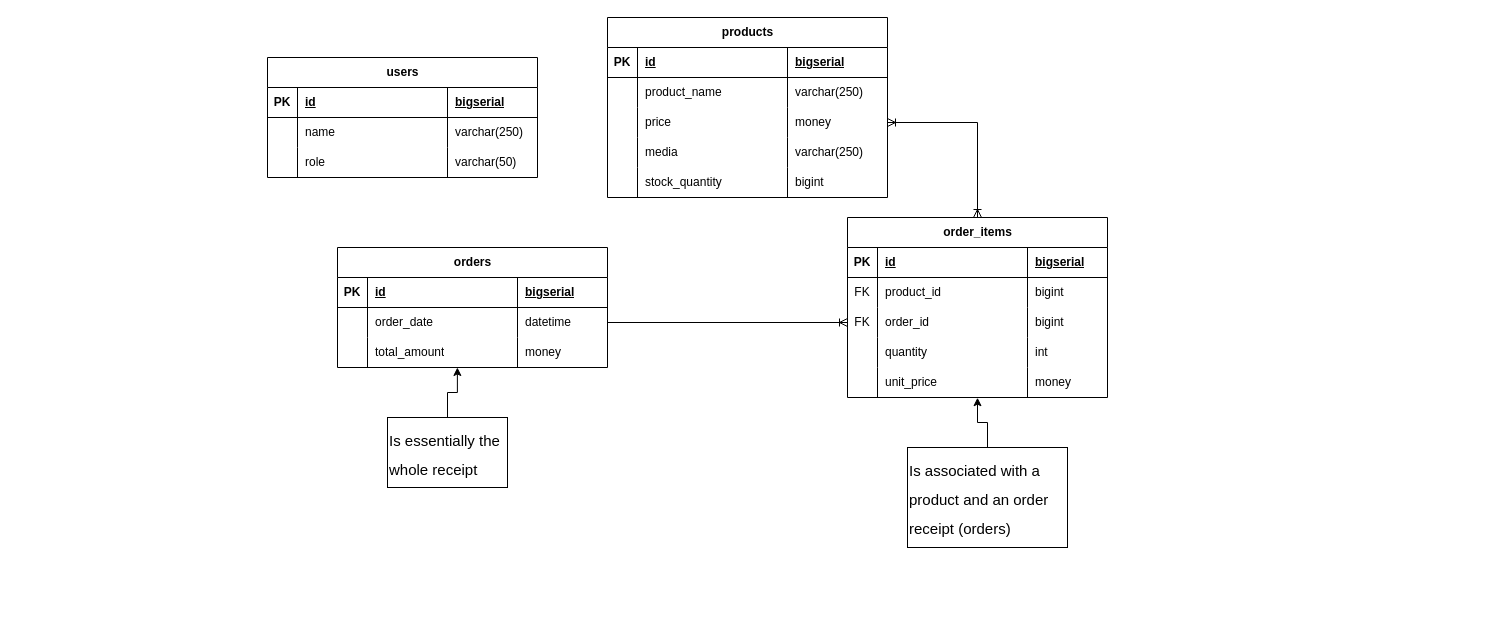
Earlier version of the draw.io diagram docs/diagrams/Entity-Relationship-Diagram.drawio (Scrappyz/Sari-Sari). Source tidied: cells renumbered, new cells numbered last; positions are measured from the earlier drawing's top-left corner, leaving out a move shared by most shapes. Both pictures are drawn from the tidied source at 100%, with x=0, y=0 at pixel (267, 17).
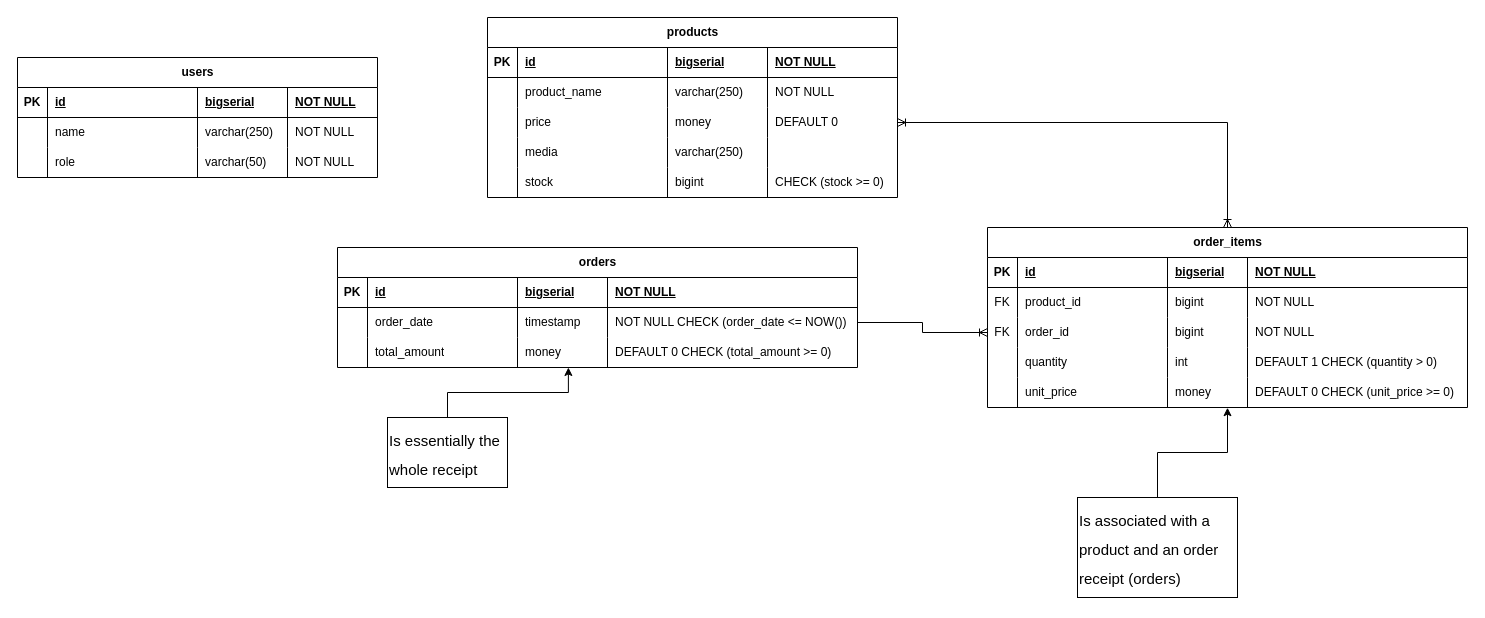
Above is the later version.

The edit, as a diff of the source:
```diff
@@
     <mxCell id="3" value="products" style="shape=table;startSize=30;childLayout=tableLayout;rowLines=0;fontStyle=1;align=center;html=1;" parent="1" vertex="1">
-      <mxGeometry x="340" width="280" height="180" as="geometry" />
+      <mxGeometry x="220" width="410" height="180" as="geometry" />
     </mxCell>
     <mxCell id="4" style="shape=tableRow;horizontal=0;startSize=0;swimlaneHead=0;swimlaneBody=0;fillColor=none;top=0;left=0;right=0;bottom=1;" parent="3" vertex="1">
-      <mxGeometry y="30" width="280" height="30" as="geometry" />
+      <mxGeometry y="30" width="410" height="30" as="geometry" />
     </mxCell>
@@
+    <mxCell id="76" value="NOT NULL" style="shape=partialRectangle;fillColor=none;top=0;left=0;bottom=0;right=0;align=left;spacingLeft=6;fontStyle=5;overflow=hidden;whiteSpace=wrap;html=1;" parent="4" vertex="1">
+      <mxGeometry x="280" width="130" height="30" as="geometry" />
+    </mxCell>
     <mxCell id="8" style="shape=tableRow;horizontal=0;startSize=0;swimlaneHead=0;swimlaneBody=0;fillColor=none;top=0;left=0;right=0;bottom=0;" parent="3" vertex="1">
-      <mxGeometry y="60" width="280" height="30" as="geometry" />
+      <mxGeometry y="60" width="410" height="30" as="geometry" />
     </mxCell>
@@
+    <mxCell id="77" value="NOT NULL" style="shape=partialRectangle;fillColor=none;top=0;left=0;bottom=0;right=0;align=left;spacingLeft=6;overflow=hidden;whiteSpace=wrap;html=1;" parent="8" vertex="1">
+      <mxGeometry x="280" width="130" height="30" as="geometry" />
+    </mxCell>
     <mxCell id="12" style="shape=tableRow;horizontal=0;startSize=0;swimlaneHead=0;swimlaneBody=0;fillColor=none;points=[[0,0.5],[1,0.5]];portConstraint=eastwest;top=0;left=0;right=0;bottom=0;" parent="3" vertex="1">
-      <mxGeometry y="90" width="280" height="30" as="geometry" />
+      <mxGeometry y="90" width="410" height="30" as="geometry" />
     </mxCell>
@@
+    <mxCell id="78" value="DEFAULT 0" style="shape=partialRectangle;fillColor=none;top=0;left=0;bottom=0;right=0;align=left;spacingLeft=6;overflow=hidden;whiteSpace=wrap;html=1;" parent="12" vertex="1">
+      <mxGeometry x="280" width="130" height="30" as="geometry" />
+    </mxCell>
     <mxCell id="16" style="shape=tableRow;horizontal=0;startSize=0;swimlaneHead=0;swimlaneBody=0;fillColor=none;top=0;left=0;right=0;bottom=0;" parent="3" vertex="1">
-      <mxGeometry y="120" width="280" height="30" as="geometry" />
+      <mxGeometry y="120" width="410" height="30" as="geometry" />
     </mxCell>
@@
+    <mxCell id="79" style="shape=partialRectangle;fillColor=none;top=0;left=0;bottom=0;right=0;align=left;spacingLeft=6;overflow=hidden;whiteSpace=wrap;html=1;" parent="16" vertex="1">
+      <mxGeometry x="280" width="130" height="30" as="geometry" />
+    </mxCell>
     <mxCell id="20" style="shape=tableRow;horizontal=0;startSize=0;swimlaneHead=0;swimlaneBody=0;fillColor=none;top=0;left=0;right=0;bottom=0;" parent="3" vertex="1">
-      <mxGeometry y="150" width="280" height="30" as="geometry" />
+      <mxGeometry y="150" width="410" height="30" as="geometry" />
     </mxCell>
@@
-    <mxCell id="22" value="stock_quantity" style="shape=partialRectangle;fillColor=none;top=0;left=0;bottom=0;right=0;align=left;spacingLeft=6;overflow=hidden;whiteSpace=wrap;html=1;" parent="20" vertex="1">
+    <mxCell id="22" value="stock" style="shape=partialRectangle;fillColor=none;top=0;left=0;bottom=0;right=0;align=left;spacingLeft=6;overflow=hidden;whiteSpace=wrap;html=1;" parent="20" vertex="1">
       <mxGeometry x="30" width="150" height="30" as="geometry" />
     </mxCell>
@@
+    <mxCell id="80" value="CHECK (stock &amp;gt;= 0)" style="shape=partialRectangle;fillColor=none;top=0;left=0;bottom=0;right=0;align=left;spacingLeft=6;overflow=hidden;whiteSpace=wrap;html=1;" parent="20" vertex="1">
+      <mxGeometry x="280" width="130" height="30" as="geometry" />
+    </mxCell>
     <mxCell id="24" value="orders" style="shape=table;startSize=30;childLayout=tableLayout;rowLines=0;fontStyle=1;align=center;html=1;" parent="1" vertex="1">
-      <mxGeometry x="70" y="230" width="270" height="120" as="geometry" />
+      <mxGeometry x="70" y="230" width="520" height="120" as="geometry" />
     </mxCell>
     <mxCell id="25" style="shape=tableRow;horizontal=0;startSize=0;swimlaneHead=0;swimlaneBody=0;fillColor=none;top=0;left=0;right=0;bottom=1;" parent="24" vertex="1">
-      <mxGeometry y="30" width="270" height="30" as="geometry" />
+      <mxGeometry y="30" width="520" height="30" as="geometry" />
     </mxCell>
@@
+    <mxCell id="81" value="NOT NULL" style="shape=partialRectangle;fillColor=none;top=0;left=0;bottom=0;right=0;align=left;spacingLeft=6;fontStyle=5;overflow=hidden;whiteSpace=wrap;html=1;" parent="25" vertex="1">
+      <mxGeometry x="270" width="250" height="30" as="geometry" />
+    </mxCell>
     <mxCell id="29" style="shape=tableRow;horizontal=0;startSize=0;swimlaneHead=0;swimlaneBody=0;fillColor=none;points=[[0,0.5],[1,0.5]];portConstraint=eastwest;top=0;left=0;right=0;bottom=0;" parent="24" vertex="1">
-      <mxGeometry y="60" width="270" height="30" as="geometry" />
+      <mxGeometry y="60" width="520" height="30" as="geometry" />
     </mxCell>
@@
-    <mxCell id="32" value="datetime" style="shape=partialRectangle;fillColor=none;top=0;left=0;bottom=0;right=0;align=left;spacingLeft=6;overflow=hidden;whiteSpace=wrap;html=1;" parent="29" vertex="1">
+    <mxCell id="32" value="timestamp" style="shape=partialRectangle;fillColor=none;top=0;left=0;bottom=0;right=0;align=left;spacingLeft=6;overflow=hidden;whiteSpace=wrap;html=1;" parent="29" vertex="1">
       <mxGeometry x="180" width="90" height="30" as="geometry" />
     </mxCell>
+    <mxCell id="82" value="NOT NULL CHECK (order_date &amp;lt;= NOW())" style="shape=partialRectangle;fillColor=none;top=0;left=0;bottom=0;right=0;align=left;spacingLeft=6;overflow=hidden;whiteSpace=wrap;html=1;" parent="29" vertex="1">
+      <mxGeometry x="270" width="250" height="30" as="geometry" />
+    </mxCell>
     <mxCell id="33" style="shape=tableRow;horizontal=0;startSize=0;swimlaneHead=0;swimlaneBody=0;fillColor=none;points=[[0,0.5],[1,0.5]];portConstraint=eastwest;top=0;left=0;right=0;bottom=0;" parent="24" vertex="1">
-      <mxGeometry y="90" width="270" height="30" as="geometry" />
+      <mxGeometry y="90" width="520" height="30" as="geometry" />
     </mxCell>
@@
+    <mxCell id="83" value="DEFAULT 0 CHECK (total_amount &amp;gt;= 0)" style="shape=partialRectangle;fillColor=none;top=0;left=0;bottom=0;right=0;align=left;spacingLeft=6;overflow=hidden;whiteSpace=wrap;html=1;" parent="33" vertex="1">
+      <mxGeometry x="270" width="250" height="30" as="geometry" />
+    </mxCell>
     <mxCell id="37" value="order_items" style="shape=table;startSize=30;childLayout=tableLayout;rowLines=0;fontStyle=1;align=center;html=1;" parent="1" vertex="1">
-      <mxGeometry x="580" y="200" width="260" height="180" as="geometry" />
+      <mxGeometry x="720" y="210" width="480" height="180" as="geometry" />
     </mxCell>
     <mxCell id="38" style="shape=tableRow;horizontal=0;startSize=0;swimlaneHead=0;swimlaneBody=0;fillColor=none;top=0;left=0;right=0;bottom=1;" parent="37" vertex="1">
-      <mxGeometry y="30" width="260" height="30" as="geometry" />
+      <mxGeometry y="30" width="480" height="30" as="geometry" />
     </mxCell>
@@
+    <mxCell id="84" value="NOT NULL" style="shape=partialRectangle;fillColor=none;top=0;left=0;bottom=0;right=0;align=left;spacingLeft=6;fontStyle=5;overflow=hidden;whiteSpace=wrap;html=1;" parent="38" vertex="1">
+      <mxGeometry x="260" width="220" height="30" as="geometry" />
+    </mxCell>
     <mxCell id="42" style="shape=tableRow;horizontal=0;startSize=0;swimlaneHead=0;swimlaneBody=0;fillColor=none;top=0;left=0;right=0;bottom=0;" parent="37" vertex="1">
-      <mxGeometry y="60" width="260" height="30" as="geometry" />
+      <mxGeometry y="60" width="480" height="30" as="geometry" />
     </mxCell>
@@
+    <mxCell id="85" value="NOT NULL" style="shape=partialRectangle;fillColor=none;top=0;left=0;bottom=0;right=0;align=left;spacingLeft=6;overflow=hidden;whiteSpace=wrap;html=1;" parent="42" vertex="1">
+      <mxGeometry x="260" width="220" height="30" as="geometry" />
+    </mxCell>
     <mxCell id="46" style="shape=tableRow;horizontal=0;startSize=0;swimlaneHead=0;swimlaneBody=0;fillColor=none;points=[[0,0.5],[1,0.5]];portConstraint=eastwest;top=0;left=0;right=0;bottom=0;" parent="37" vertex="1">
-      <mxGeometry y="90" width="260" height="30" as="geometry" />
+      <mxGeometry y="90" width="480" height="30" as="geometry" />
     </mxCell>
@@
+    <mxCell id="86" value="NOT NULL" style="shape=partialRectangle;fillColor=none;top=0;left=0;bottom=0;right=0;align=left;spacingLeft=6;overflow=hidden;whiteSpace=wrap;html=1;" parent="46" vertex="1">
+      <mxGeometry x="260" width="220" height="30" as="geometry" />
+    </mxCell>
     <mxCell id="50" style="shape=tableRow;horizontal=0;startSize=0;swimlaneHead=0;swimlaneBody=0;fillColor=none;top=0;left=0;right=0;bottom=0;" parent="37" vertex="1">
-      <mxGeometry y="120" width="260" height="30" as="geometry" />
+      <mxGeometry y="120" width="480" height="30" as="geometry" />
     </mxCell>
@@
+    <mxCell id="87" value="DEFAULT 1 CHECK (quantity &amp;gt; 0)" style="shape=partialRectangle;fillColor=none;top=0;left=0;bottom=0;right=0;align=left;spacingLeft=6;overflow=hidden;whiteSpace=wrap;html=1;" parent="50" vertex="1">
+      <mxGeometry x="260" width="220" height="30" as="geometry" />
+    </mxCell>
     <mxCell id="54" style="shape=tableRow;horizontal=0;startSize=0;swimlaneHead=0;swimlaneBody=0;fillColor=none;points=[[0,0.5],[1,0.5]];portConstraint=eastwest;top=0;left=0;right=0;bottom=0;" parent="37" vertex="1">
-      <mxGeometry y="150" width="260" height="30" as="geometry" />
+      <mxGeometry y="150" width="480" height="30" as="geometry" />
     </mxCell>
@@
+    <mxCell id="88" value="DEFAULT 0 CHECK (unit_price &amp;gt;= 0)" style="shape=partialRectangle;fillColor=none;top=0;left=0;bottom=0;right=0;align=left;spacingLeft=6;overflow=hidden;whiteSpace=wrap;html=1;" parent="54" vertex="1">
+      <mxGeometry x="260" width="220" height="30" as="geometry" />
+    </mxCell>
     <mxCell id="58" value="users" style="shape=table;startSize=30;childLayout=tableLayout;rowLines=0;fontStyle=1;align=center;html=1;" parent="1" vertex="1">
-      <mxGeometry y="40" width="270" height="120" as="geometry" />
+      <mxGeometry x="-250" y="40" width="360" height="120" as="geometry" />
     </mxCell>
     <mxCell id="59" style="shape=tableRow;horizontal=0;startSize=0;swimlaneHead=0;swimlaneBody=0;fillColor=none;top=0;left=0;right=0;bottom=1;" parent="58" vertex="1">
-      <mxGeometry y="30" width="270" height="30" as="geometry" />
+      <mxGeometry y="30" width="360" height="30" as="geometry" />
     </mxCell>
@@
+    <mxCell id="89" value="NOT NULL" style="shape=partialRectangle;fillColor=none;top=0;left=0;bottom=0;right=0;align=left;spacingLeft=6;fontStyle=5;overflow=hidden;whiteSpace=wrap;html=1;" parent="59" vertex="1">
+      <mxGeometry x="270" width="90" height="30" as="geometry" />
+    </mxCell>
     <mxCell id="63" style="shape=tableRow;horizontal=0;startSize=0;swimlaneHead=0;swimlaneBody=0;fillColor=none;top=0;left=0;right=0;bottom=0;" parent="58" vertex="1">
-      <mxGeometry y="60" width="270" height="30" as="geometry" />
+      <mxGeometry y="60" width="360" height="30" as="geometry" />
     </mxCell>
@@
+    <mxCell id="90" value="NOT NULL" style="shape=partialRectangle;fillColor=none;top=0;left=0;bottom=0;right=0;align=left;spacingLeft=6;overflow=hidden;whiteSpace=wrap;html=1;" parent="63" vertex="1">
+      <mxGeometry x="270" width="90" height="30" as="geometry" />
+    </mxCell>
     <mxCell id="67" style="shape=tableRow;horizontal=0;startSize=0;swimlaneHead=0;swimlaneBody=0;fillColor=none;top=0;left=0;right=0;bottom=0;" parent="58" vertex="1">
-      <mxGeometry y="90" width="270" height="30" as="geometry" />
+      <mxGeometry y="90" width="360" height="30" as="geometry" />
     </mxCell>
@@
+    <mxCell id="91" value="NOT NULL" style="shape=partialRectangle;fillColor=none;top=0;left=0;bottom=0;right=0;align=left;spacingLeft=6;overflow=hidden;whiteSpace=wrap;html=1;" parent="67" vertex="1">
+      <mxGeometry x="270" width="90" height="30" as="geometry" />
+    </mxCell>
@@
     <mxCell id="74" value="&lt;h1 style=&quot;margin-top: 0px;&quot;&gt;&lt;span style=&quot;font-weight: normal;&quot;&gt;&lt;font style=&quot;font-size: 15px;&quot;&gt;Is associated with a product and an order receipt (orders)&lt;/font&gt;&lt;/span&gt;&lt;/h1&gt;" style="text;html=1;whiteSpace=wrap;overflow=hidden;rounded=0;strokeColor=default;" parent="1" vertex="1">
-      <mxGeometry x="640" y="430" width="160" height="100" as="geometry" />
+      <mxGeometry x="810" y="480" width="160" height="100" as="geometry" />
     </mxCell>
```
